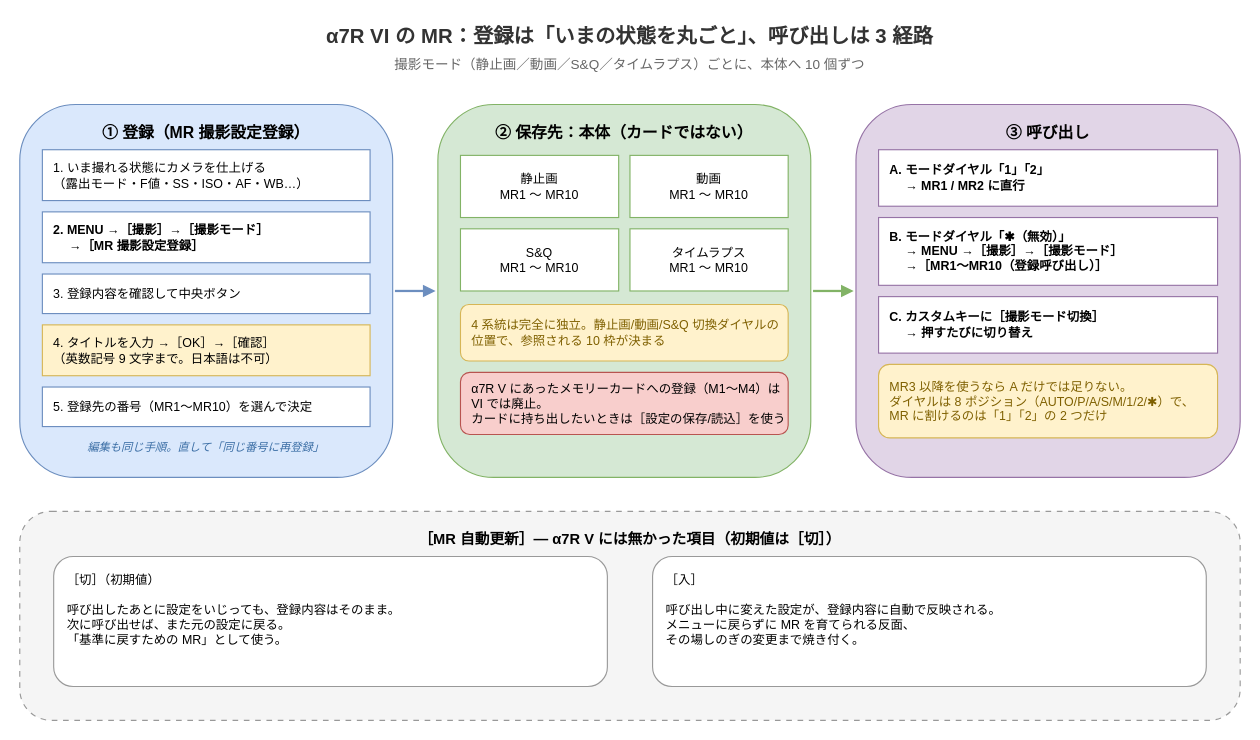
Before: static/images/sony-a7r-vi-mr-flow.drawio in hdknr/blogs, a draw.io diagram. Source tidied: cells renumbered, new cells numbered last; positions are measured from the earlier drawing's top-left corner, leaving out a move shared by most shapes. Both pictures are drawn from the tidied source at 113%, with x=0, y=0 at pixel (19, 19).
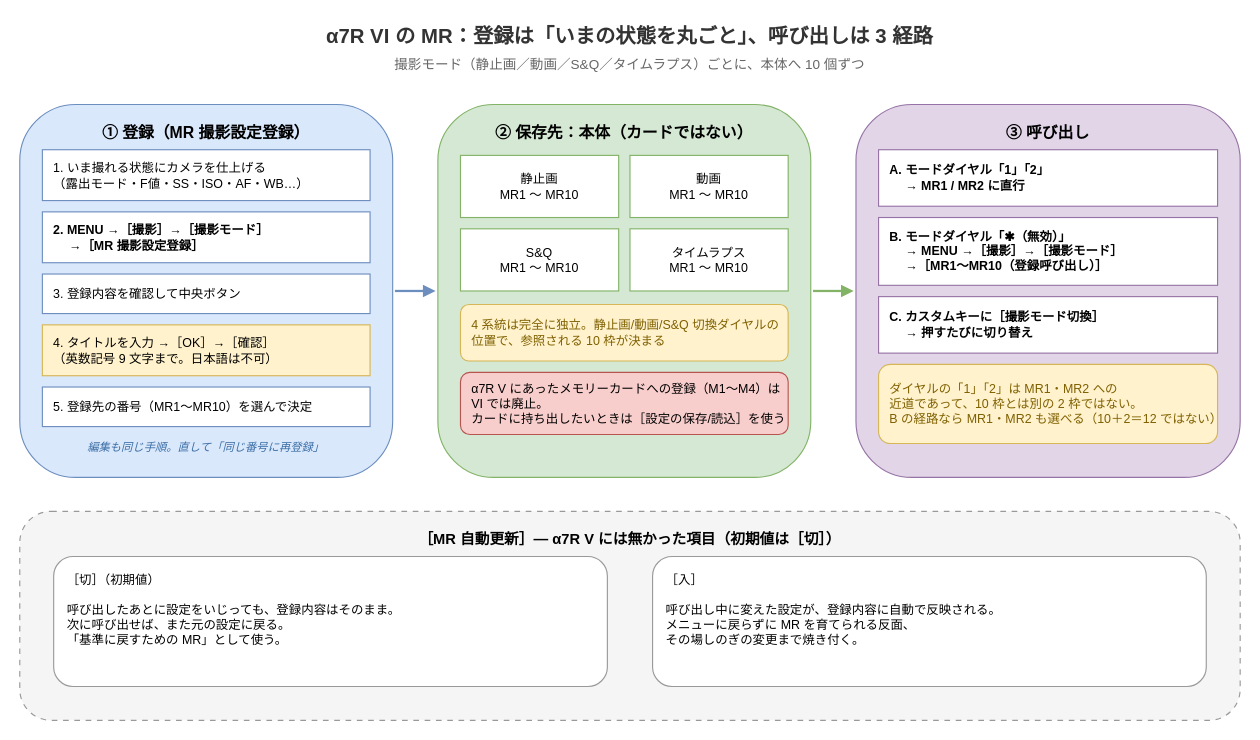
After the change.

The edit, as a diff of the source:
```diff
@@
-    <mxCell id="22" value="MR3 以降を使うなら A だけでは足りない。&#10;ダイヤルは 8 ポジション（AUTO/P/A/S/M/1/2/✱）で、&#10;MR に割けるのは「1」「2」の 2 つだけ" style="rounded=1;whiteSpace=wrap;html=1;fillColor=#fff2cc;strokeColor=#d6b656;fontSize=11;align=left;spacingLeft=8;fontColor=#7f6000;" parent="1" vertex="1">
-      <mxGeometry x="760" y="305" width="300" height="65" as="geometry" />
+    <mxCell id="22" value="ダイヤルの「1」「2」は MR1・MR2 への&#10;近道であって、10 枠とは別の 2 枠ではない。&#10;B の経路なら MR1・MR2 も選べる（10＋2＝12 ではない）" style="rounded=1;whiteSpace=wrap;html=1;fillColor=#fff2cc;strokeColor=#d6b656;fontSize=11;align=left;spacingLeft=8;fontColor=#7f6000;" parent="1" vertex="1">
+      <mxGeometry x="760" y="305" width="300" height="70" as="geometry" />
     </mxCell>
```
